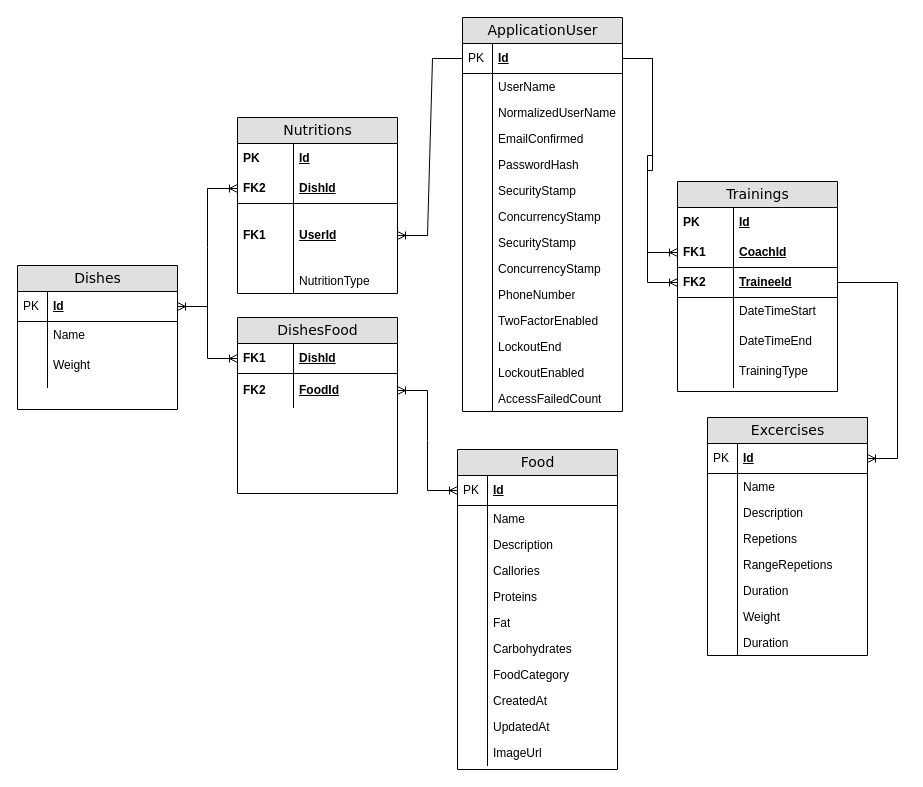
The draw.io diagram otus.csharp.dev/Диаграмма без названия.drawio in lasm16/Diagrams, before the edit. Source tidied: cells renumbered, new cells numbered last; positions are measured from the earlier drawing's top-left corner, leaving out a move shared by most shapes. Both pictures are drawn from the tidied source at 100%, with x=0, y=0 at pixel (17, 17).
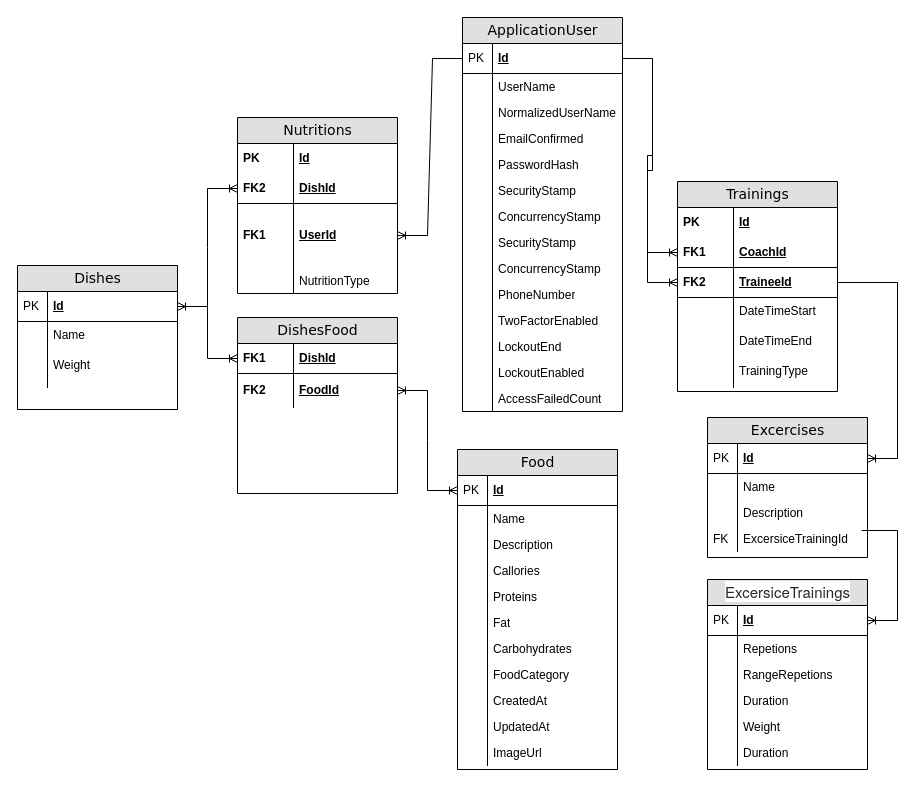
After the change.

What changed in the source:
```diff
@@
     <mxCell id="47" value="Excercises" style="swimlane;html=1;fontStyle=0;horizontal=1;startSize=26;fillColor=#e0e0e0;swimlaneFillColor=#ffffff;align=center;rounded=0;shadow=0;comic=0;labelBackgroundColor=none;strokeWidth=1;fontFamily=Verdana;fontSize=14;swimlaneLine=1;" parent="1" vertex="1">
-      <mxGeometry x="690" y="400" width="160" height="238" as="geometry" />
+      <mxGeometry x="690" y="400" width="160" height="140" as="geometry" />
     </mxCell>
@@
-    <mxCell id="54" value="Repetions" style="shape=partialRectangle;top=0;left=0;right=0;bottom=0;html=1;align=left;verticalAlign=top;fillColor=none;spacingLeft=34;spacingRight=4;whiteSpace=wrap;overflow=hidden;points=[[0,0.5],[1,0.5]];portConstraint=eastwest;" parent="47" vertex="1">
+    <mxCell id="54" value="ExcersiceTrainingId" style="shape=partialRectangle;top=0;left=0;right=0;bottom=0;html=1;align=left;verticalAlign=top;fillColor=none;spacingLeft=34;spacingRight=4;whiteSpace=wrap;overflow=hidden;points=[[0,0.5],[1,0.5]];portConstraint=eastwest;" parent="47" vertex="1">
       <mxGeometry y="108" width="160" height="26" as="geometry" />
     </mxCell>
-    <mxCell id="55" style="shape=partialRectangle;top=0;left=0;bottom=0;html=1;fillColor=none;align=left;verticalAlign=top;spacingLeft=4;spacingRight=4;whiteSpace=wrap;overflow=hidden;" parent="54" vertex="1">
+    <mxCell id="55" value="FK" style="shape=partialRectangle;top=0;left=0;bottom=0;html=1;fillColor=none;align=left;verticalAlign=top;spacingLeft=4;spacingRight=4;whiteSpace=wrap;overflow=hidden;" parent="54" vertex="1">
       <mxGeometry width="30" height="26" as="geometry" />
     </mxCell>
-    <mxCell id="56" value="RangeRepetions" style="shape=partialRectangle;top=0;left=0;right=0;bottom=0;html=1;align=left;verticalAlign=top;fillColor=none;spacingLeft=34;spacingRight=4;whiteSpace=wrap;overflow=hidden;" parent="47" vertex="1">
-      <mxGeometry y="134" width="160" height="26" as="geometry" />
-    </mxCell>
-    <mxCell id="57" style="shape=partialRectangle;top=0;left=0;bottom=0;html=1;fillColor=none;align=left;verticalAlign=top;spacingLeft=4;spacingRight=4;whiteSpace=wrap;overflow=hidden;" parent="56" vertex="1">
-      <mxGeometry width="30" height="26" as="geometry" />
-    </mxCell>
-    <mxCell id="58" value="Duration" style="shape=partialRectangle;top=0;left=0;right=0;bottom=0;html=1;align=left;verticalAlign=top;fillColor=none;spacingLeft=34;spacingRight=4;whiteSpace=wrap;overflow=hidden;" parent="47" vertex="1">
-      <mxGeometry y="160" width="160" height="26" as="geometry" />
-    </mxCell>
-    <mxCell id="59" style="shape=partialRectangle;top=0;left=0;bottom=0;html=1;fillColor=none;align=left;verticalAlign=top;spacingLeft=4;spacingRight=4;whiteSpace=wrap;overflow=hidden;" parent="58" vertex="1">
-      <mxGeometry width="30" height="26" as="geometry" />
-    </mxCell>
-    <mxCell id="60" value="Weight" style="shape=partialRectangle;top=0;left=0;right=0;bottom=0;html=1;align=left;verticalAlign=top;fillColor=none;spacingLeft=34;spacingRight=4;whiteSpace=wrap;overflow=hidden;" parent="47" vertex="1">
-      <mxGeometry y="186" width="160" height="26" as="geometry" />
-    </mxCell>
-    <mxCell id="61" style="shape=partialRectangle;top=0;left=0;bottom=0;html=1;fillColor=none;align=left;verticalAlign=top;spacingLeft=4;spacingRight=4;whiteSpace=wrap;overflow=hidden;" parent="60" vertex="1">
-      <mxGeometry width="30" height="26" as="geometry" />
-    </mxCell>
-    <mxCell id="62" value="Duration" style="shape=partialRectangle;top=0;left=0;right=0;bottom=0;html=1;align=left;verticalAlign=top;fillColor=none;spacingLeft=34;spacingRight=4;whiteSpace=wrap;overflow=hidden;" parent="47" vertex="1">
-      <mxGeometry y="212" width="160" height="26" as="geometry" />
-    </mxCell>
-    <mxCell id="63" style="shape=partialRectangle;top=0;left=0;bottom=0;html=1;fillColor=none;align=left;verticalAlign=top;spacingLeft=4;spacingRight=4;whiteSpace=wrap;overflow=hidden;" parent="62" vertex="1">
-      <mxGeometry width="30" height="26" as="geometry" />
-    </mxCell>
@@
+    <mxCell id="112" value="&lt;span style=&quot;color: rgba(0, 0, 0, 0.85); font-family: &amp;quot;YS Text&amp;quot;, &amp;quot;Helvetica Neue&amp;quot;, Arial, Helvetica, sans-serif; font-size: 15px; text-align: start; text-wrap-mode: wrap; background-color: rgb(255, 255, 255);&quot;&gt;ExcersiceTrainings&lt;/span&gt;" style="swimlane;html=1;fontStyle=0;horizontal=1;startSize=26;fillColor=#e0e0e0;swimlaneFillColor=#ffffff;align=center;rounded=0;shadow=0;comic=0;labelBackgroundColor=none;strokeWidth=1;fontFamily=Verdana;fontSize=14;swimlaneLine=1;" parent="1" vertex="1">
+      <mxGeometry x="690" y="562" width="160" height="190" as="geometry" />
+    </mxCell>
+    <mxCell id="113" value="Id" style="shape=partialRectangle;top=0;left=0;right=0;bottom=1;html=1;align=left;verticalAlign=middle;fillColor=none;spacingLeft=34;spacingRight=4;whiteSpace=wrap;overflow=hidden;points=[[0,0.5],[1,0.5]];portConstraint=eastwest;fontStyle=5;" parent="112" vertex="1">
+      <mxGeometry y="26" width="160" height="30" as="geometry" />
+    </mxCell>
+    <mxCell id="114" value="PK" style="shape=partialRectangle;top=0;left=0;bottom=0;html=1;fillColor=none;align=left;verticalAlign=middle;spacingLeft=4;spacingRight=4;whiteSpace=wrap;overflow=hidden;" parent="113" vertex="1">
+      <mxGeometry width="30" height="30" as="geometry" />
+    </mxCell>
+    <mxCell id="115" value="Repetions" style="shape=partialRectangle;top=0;left=0;right=0;bottom=0;html=1;align=left;verticalAlign=top;fillColor=none;spacingLeft=34;spacingRight=4;whiteSpace=wrap;overflow=hidden;" parent="112" vertex="1">
+      <mxGeometry y="56" width="160" height="26" as="geometry" />
+    </mxCell>
+    <mxCell id="116" style="shape=partialRectangle;top=0;left=0;bottom=0;html=1;fillColor=none;align=left;verticalAlign=top;spacingLeft=4;spacingRight=4;whiteSpace=wrap;overflow=hidden;" parent="115" vertex="1">
+      <mxGeometry width="30" height="26" as="geometry" />
+    </mxCell>
+    <mxCell id="56" value="RangeRepetions" style="shape=partialRectangle;top=0;left=0;right=0;bottom=0;html=1;align=left;verticalAlign=top;fillColor=none;spacingLeft=34;spacingRight=4;whiteSpace=wrap;overflow=hidden;" parent="112" vertex="1">
+      <mxGeometry y="82" width="160" height="26" as="geometry" />
+    </mxCell>
+    <mxCell id="117" style="shape=partialRectangle;top=0;left=0;bottom=0;html=1;fillColor=none;align=left;verticalAlign=top;spacingLeft=4;spacingRight=4;whiteSpace=wrap;overflow=hidden;" parent="56" vertex="1">
+      <mxGeometry width="30" height="26" as="geometry" />
+    </mxCell>
+    <mxCell id="62" value="Duration" style="shape=partialRectangle;top=0;left=0;right=0;bottom=0;html=1;align=left;verticalAlign=top;fillColor=none;spacingLeft=34;spacingRight=4;whiteSpace=wrap;overflow=hidden;" parent="112" vertex="1">
+      <mxGeometry y="108" width="160" height="26" as="geometry" />
+    </mxCell>
+    <mxCell id="118" style="shape=partialRectangle;top=0;left=0;bottom=0;html=1;fillColor=none;align=left;verticalAlign=top;spacingLeft=4;spacingRight=4;whiteSpace=wrap;overflow=hidden;" parent="62" vertex="1">
+      <mxGeometry width="30" height="26" as="geometry" />
+    </mxCell>
+    <mxCell id="60" value="Weight" style="shape=partialRectangle;top=0;left=0;right=0;bottom=0;html=1;align=left;verticalAlign=top;fillColor=none;spacingLeft=34;spacingRight=4;whiteSpace=wrap;overflow=hidden;" parent="112" vertex="1">
+      <mxGeometry y="134" width="160" height="26" as="geometry" />
+    </mxCell>
+    <mxCell id="119" style="shape=partialRectangle;top=0;left=0;bottom=0;html=1;fillColor=none;align=left;verticalAlign=top;spacingLeft=4;spacingRight=4;whiteSpace=wrap;overflow=hidden;" parent="60" vertex="1">
+      <mxGeometry width="30" height="26" as="geometry" />
+    </mxCell>
+    <mxCell id="58" value="Duration" style="shape=partialRectangle;top=0;left=0;right=0;bottom=0;html=1;align=left;verticalAlign=top;fillColor=none;spacingLeft=34;spacingRight=4;whiteSpace=wrap;overflow=hidden;" parent="112" vertex="1">
+      <mxGeometry y="160" width="160" height="26" as="geometry" />
+    </mxCell>
+    <mxCell id="120" style="shape=partialRectangle;top=0;left=0;bottom=0;html=1;fillColor=none;align=left;verticalAlign=top;spacingLeft=4;spacingRight=4;whiteSpace=wrap;overflow=hidden;" parent="58" vertex="1">
+      <mxGeometry width="30" height="26" as="geometry" />
+    </mxCell>
+    <mxCell id="121" style="edgeStyle=entityRelationEdgeStyle;fontSize=12;html=1;endArrow=ERoneToMany;rounded=0;exitX=0.963;exitY=0.192;exitDx=0;exitDy=0;exitPerimeter=0;" parent="1" edge="1" source="54" target="113">
+      <mxGeometry relative="1" as="geometry" />
+    </mxCell>
```
